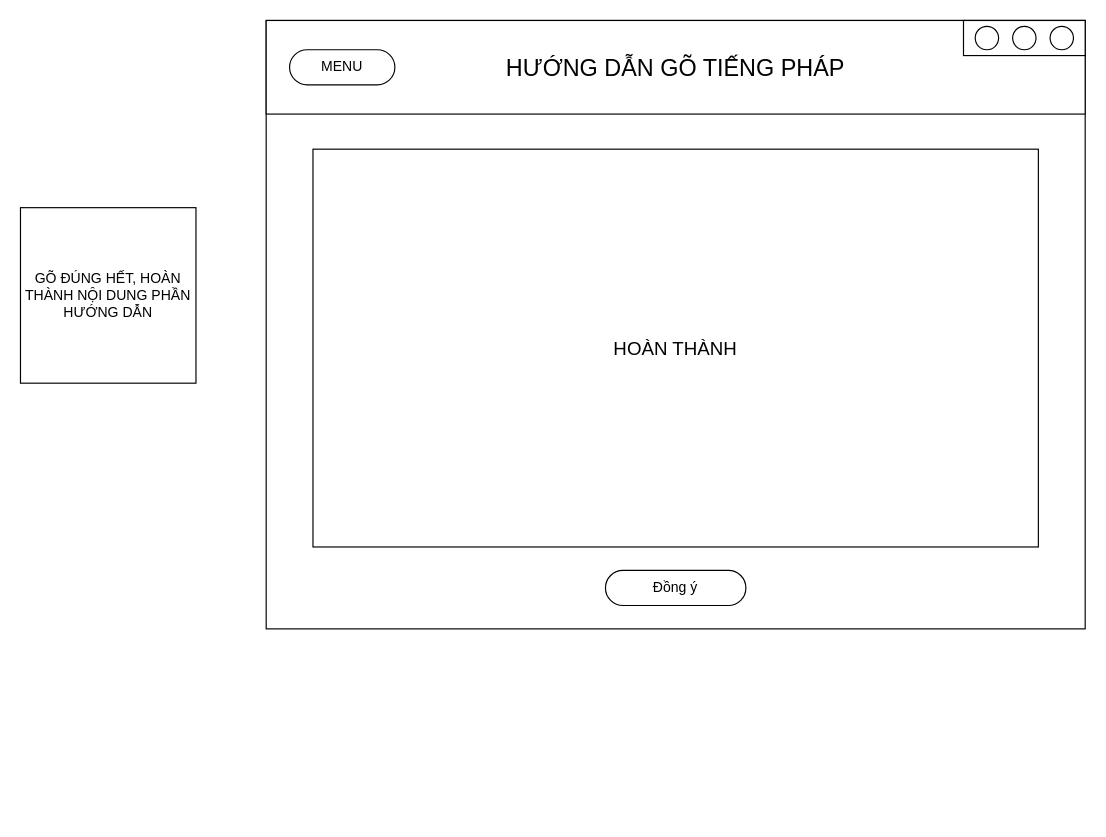
Before: page "Hướng dẫn (3)" (8 of 16) of GUI.drawio in Tran-Long-Vu/AppVocabFR, a draw.io diagram. Source tidied: cells renumbered, new cells numbered last; positions are measured from the earlier drawing's top-left corner, leaving out a move shared by most shapes. Both pictures are drawn from the tidied source at 117%, with x=0, y=0 at pixel (20, 20).
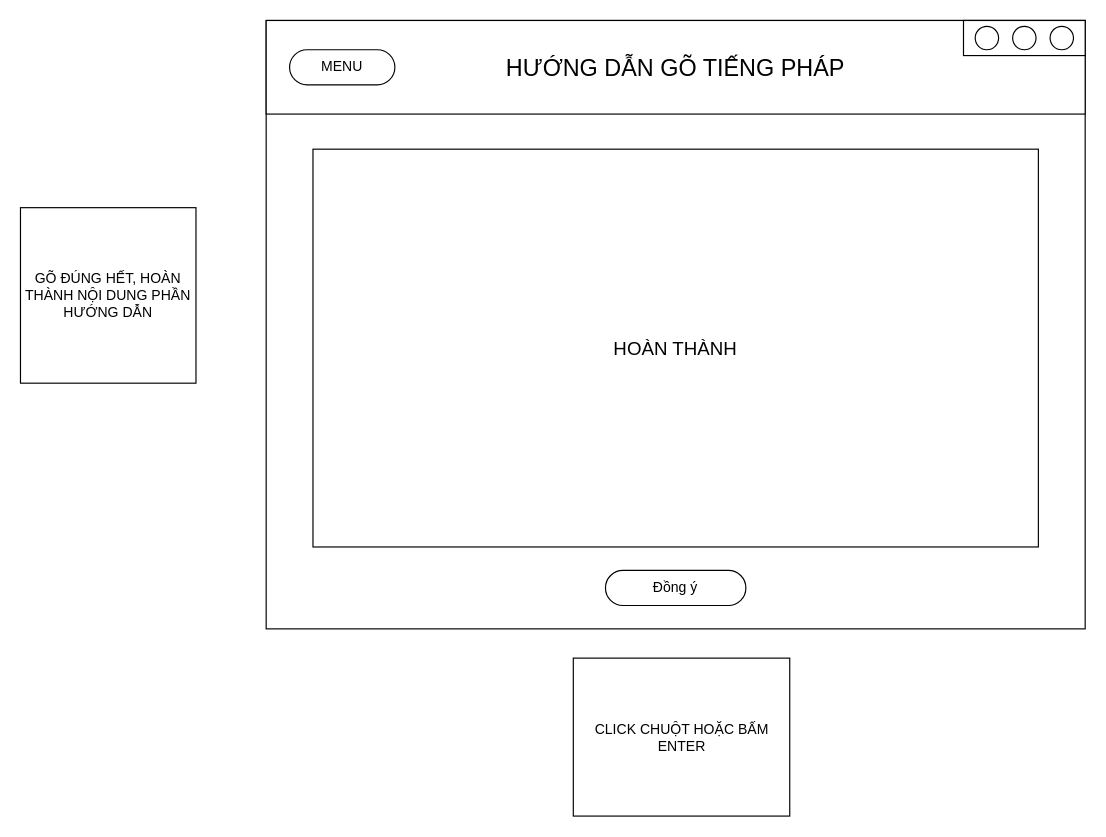
Above is the later version.

Diff of the diagram source:
```diff
@@
 <mxGraphModel>
   <root>
     <mxCell id="0" />
     <mxCell id="1" parent="0" />
     <mxCell id="2" style="rounded=0;whiteSpace=wrap;html=1;" parent="1" vertex="1">
       <mxGeometry x="210" width="700" height="520" as="geometry" />
     </mxCell>
     <mxCell id="3" value="&lt;font style=&quot;font-size: 20px;&quot;&gt;HƯỚNG DẪN GÕ TIẾNG PHÁP&lt;/font&gt;" style="rounded=0;whiteSpace=wrap;html=1;" parent="1" vertex="1">
       <mxGeometry x="210" width="700" height="80" as="geometry" />
     </mxCell>
     <mxCell id="4" value="&lt;font style=&quot;font-size: 16px;&quot;&gt;HOÀN THÀNH&lt;/font&gt;" style="rounded=0;whiteSpace=wrap;html=1;" parent="1" vertex="1">
       <mxGeometry x="250" y="110" width="620" height="340" as="geometry" />
     </mxCell>
     <mxCell id="5" style="group;" parent="1" vertex="1">
       <mxGeometry x="806" width="104" height="30" as="geometry" />
     </mxCell>
     <mxCell id="6" style="group;" parent="5" vertex="1">
       <mxGeometry width="104" height="30" as="geometry" />
     </mxCell>
     <mxCell id="7" style="rounded=0;whiteSpace=wrap;html=1;" parent="6" vertex="1">
       <mxGeometry width="104" height="30" as="geometry" />
     </mxCell>
     <mxCell id="8" style="ellipse;whiteSpace=wrap;html=1;" parent="6" vertex="1">
       <mxGeometry x="10" y="5" width="20" height="20" as="geometry" />
     </mxCell>
     <mxCell id="9" style="ellipse;whiteSpace=wrap;html=1;" parent="6" vertex="1">
       <mxGeometry x="42" y="5" width="20" height="20" as="geometry" />
     </mxCell>
     <mxCell id="10" style="ellipse;whiteSpace=wrap;html=1;" parent="6" vertex="1">
       <mxGeometry x="74" y="5" width="20" height="20" as="geometry" />
     </mxCell>
     <mxCell id="11" value="GÕ ĐÚNG HẾT, HOÀN THÀNH NỘI DUNG PHẦN HƯỚNG DẪN" style="rounded=0;whiteSpace=wrap;html=1;" parent="1" vertex="1">
       <mxGeometry y="160" width="150" height="150" as="geometry" />
     </mxCell>
     <mxCell id="12" value="MENU" style="rounded=1;whiteSpace=wrap;html=1;arcSize=50;" parent="1" vertex="1">
       <mxGeometry x="230" y="25" width="90" height="30" as="geometry" />
     </mxCell>
     <mxCell id="13" value="Đồng ý" style="rounded=1;whiteSpace=wrap;html=1;arcSize=50;" parent="1" vertex="1">
       <mxGeometry x="500" y="470" width="120" height="30" as="geometry" />
     </mxCell>
+    <mxCell id="14" value="CLICK CHUỘT HOẶC BẤM ENTER" style="rounded=0;whiteSpace=wrap;html=1;" parent="1" vertex="1">
+      <mxGeometry x="472.5" y="545" width="185" height="135" as="geometry" />
+    </mxCell>
   </root>
 </mxGraphModel>
```
